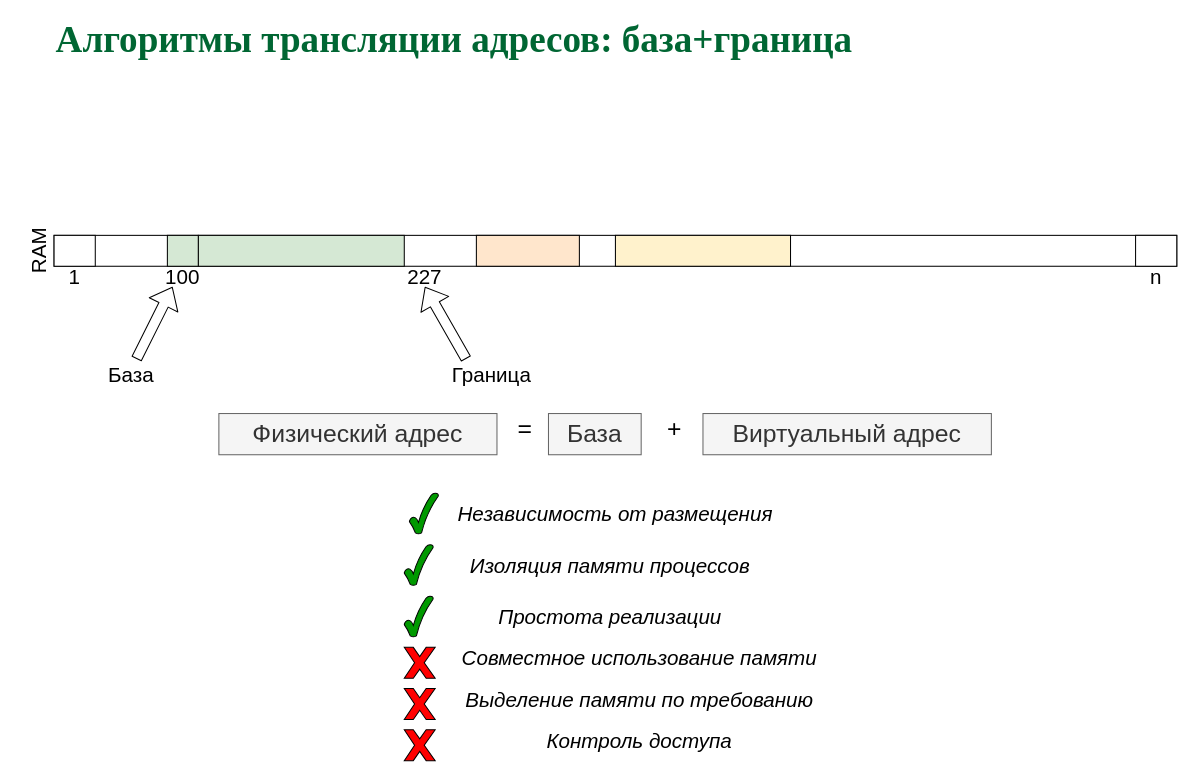
Above: page "P14" (14 of 34) of slides/memmgt.drawio in 77maxikov/os_course (draw.io), before the change. Source tidied: cells renumbered, new cells numbered last; positions are measured from the earlier drawing's top-left corner, leaving out a move shared by most shapes. Both pictures are drawn from the tidied source at 103%, with x=0, y=0 at pixel (12, 29).
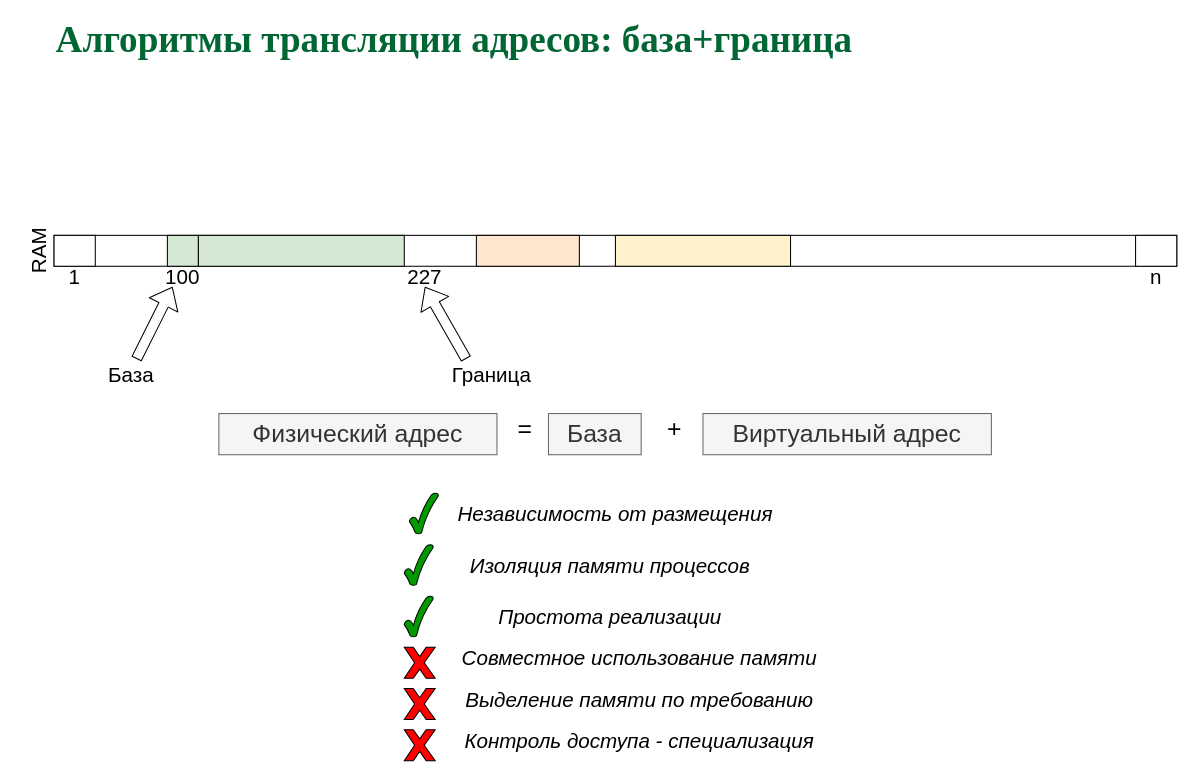
Above is the later version.

The change refers to these unchanged cells:
```xml
<mxCell id="38" style="group;" parent="1" vertex="1">
  <mxGeometry x="380" y="670" width="432.5" height="40" as="geometry" />
</mxCell>
```

What changed in the source:
```diff
@@
-    <mxCell id="40" value="&lt;i&gt;&lt;font style=&quot;font-size: 20px&quot;&gt;Контроль доступа&lt;/font&gt;&lt;/i&gt;" style="text;html=1;strokeColor=none;fillColor=none;align=center;verticalAlign=middle;whiteSpace=wrap;rounded=0;" parent="38" vertex="1">
+    <mxCell id="40" value="&lt;i&gt;&lt;font style=&quot;font-size: 20px&quot;&gt;Контроль доступа - специализация&lt;/font&gt;&lt;/i&gt;" style="text;html=1;strokeColor=none;fillColor=none;align=center;verticalAlign=middle;whiteSpace=wrap;rounded=0;" parent="38" vertex="1">
       <mxGeometry x="23.5" width="409" height="40" as="geometry" />
     </mxCell>
```
